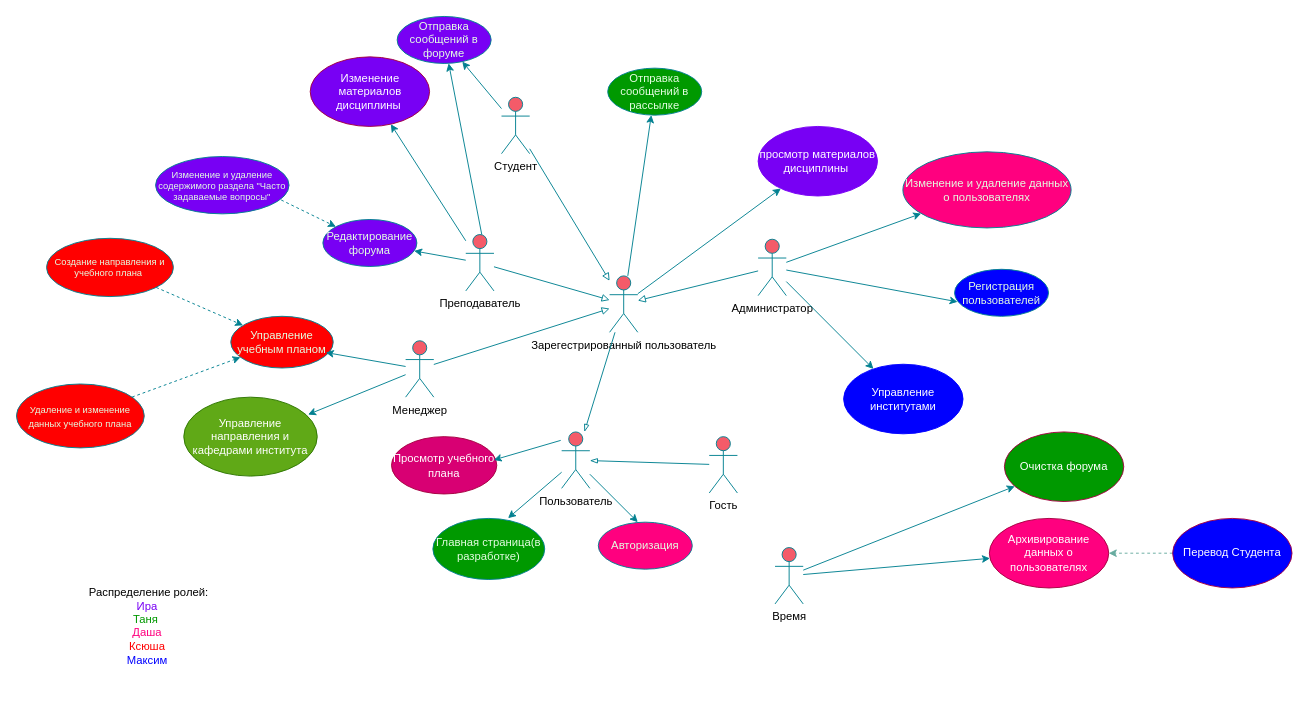
Earlier version of the draw.io diagram 03-diagrams/Диаграмма .drawio (Tanyssik/analytics-portfolio). Source tidied: cells renumbered, new cells numbered last; positions are measured from the earlier drawing's top-left corner, leaving out a move shared by most shapes. Both pictures are drawn from the tidied source at 94%, with x=0, y=0 at pixel (16, 16).
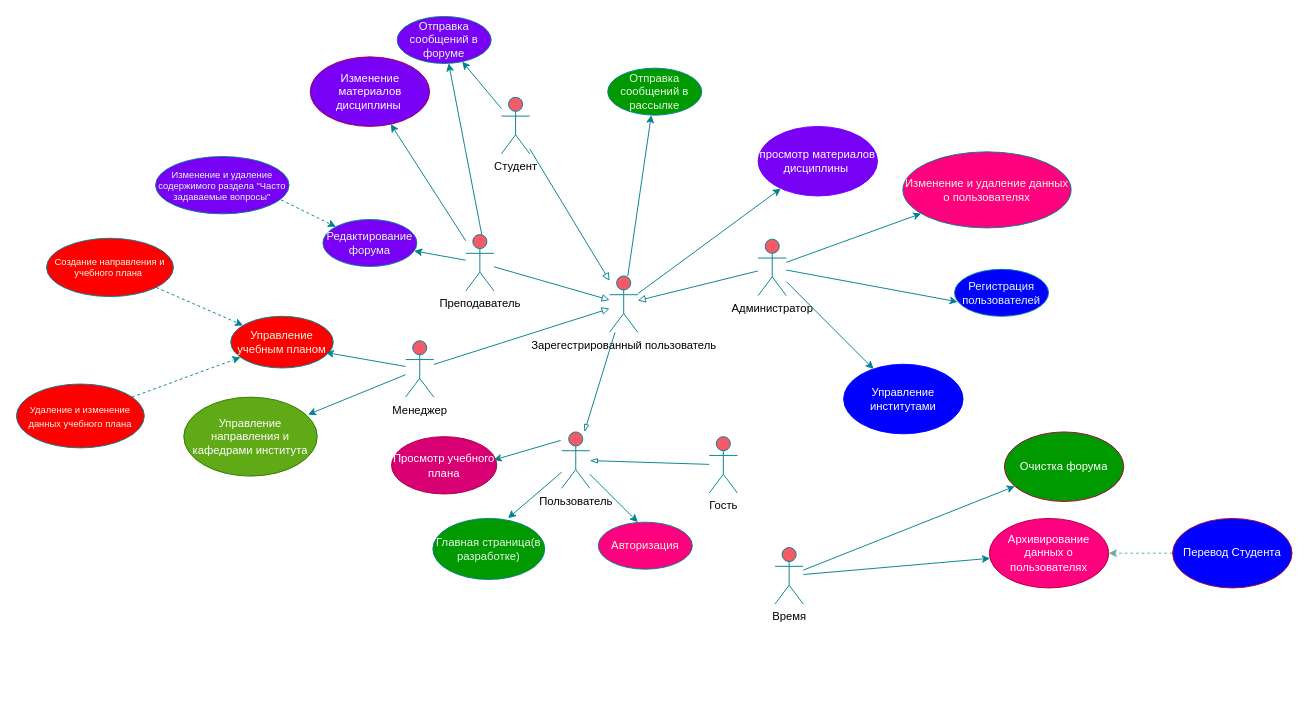
The same page after the edit.

Commit message (it also covers changes not shown here):
add new diagrams to portfolio

The edit, as a diff of the source:
```diff
@@
-    <mxCell id="36" value="&lt;font style=&quot;&quot;&gt;Распределение ролей:&lt;/font&gt;&lt;div&gt;&lt;font style=&quot;color: light-dark(rgb(120, 0, 244), rgb(127, 0, 255));&quot;&gt;Ира&amp;nbsp;&lt;/font&gt;&lt;/div&gt;&lt;div&gt;&lt;font style=&quot;color: light-dark(rgb(0, 153, 0), rgb(0, 153, 0));&quot;&gt;Таня&lt;/font&gt;&lt;font style=&quot;color: light-dark(rgb(0, 0, 0), rgb(0, 153, 77));&quot;&gt;&amp;nbsp;&amp;nbsp;&lt;/font&gt;&lt;/div&gt;&lt;div&gt;&lt;font style=&quot;color: light-dark(rgb(255, 0, 127), rgb(255, 0, 128));&quot;&gt;Даша&lt;/font&gt;&lt;font style=&quot;color: light-dark(rgb(0, 0, 0), rgb(255, 0, 128));&quot;&gt;&amp;nbsp;&lt;/font&gt;&lt;/div&gt;&lt;div&gt;&lt;span style=&quot;background-color: transparent;&quot;&gt;&lt;font style=&quot;color: light-dark(rgb(255, 0, 0), rgb(255, 0, 0));&quot;&gt;Ксюша&lt;/font&gt;&lt;font style=&quot;color: light-dark(rgb(0, 0, 0), rgb(255, 0, 0));&quot;&gt;&amp;nbsp;&lt;/font&gt;&lt;/span&gt;&lt;/div&gt;&lt;div&gt;&lt;font style=&quot;color: light-dark(rgb(0, 0, 255), rgb(0, 0, 255));&quot;&gt;Максим&amp;nbsp;&lt;/font&gt;&lt;/div&gt;&lt;div&gt;&lt;div&gt;&lt;font style=&quot;&quot;&gt;&lt;br&gt;&lt;/font&gt;&lt;/div&gt;&lt;/div&gt;" style="text;html=1;whiteSpace=wrap;strokeColor=none;fillColor=none;align=center;verticalAlign=middle;rounded=0;fontColor=light-dark(#000000,#000000);" parent="1" vertex="1">
-      <mxGeometry x="39" y="583" width="204" height="145" as="geometry" />
-    </mxCell>
```
